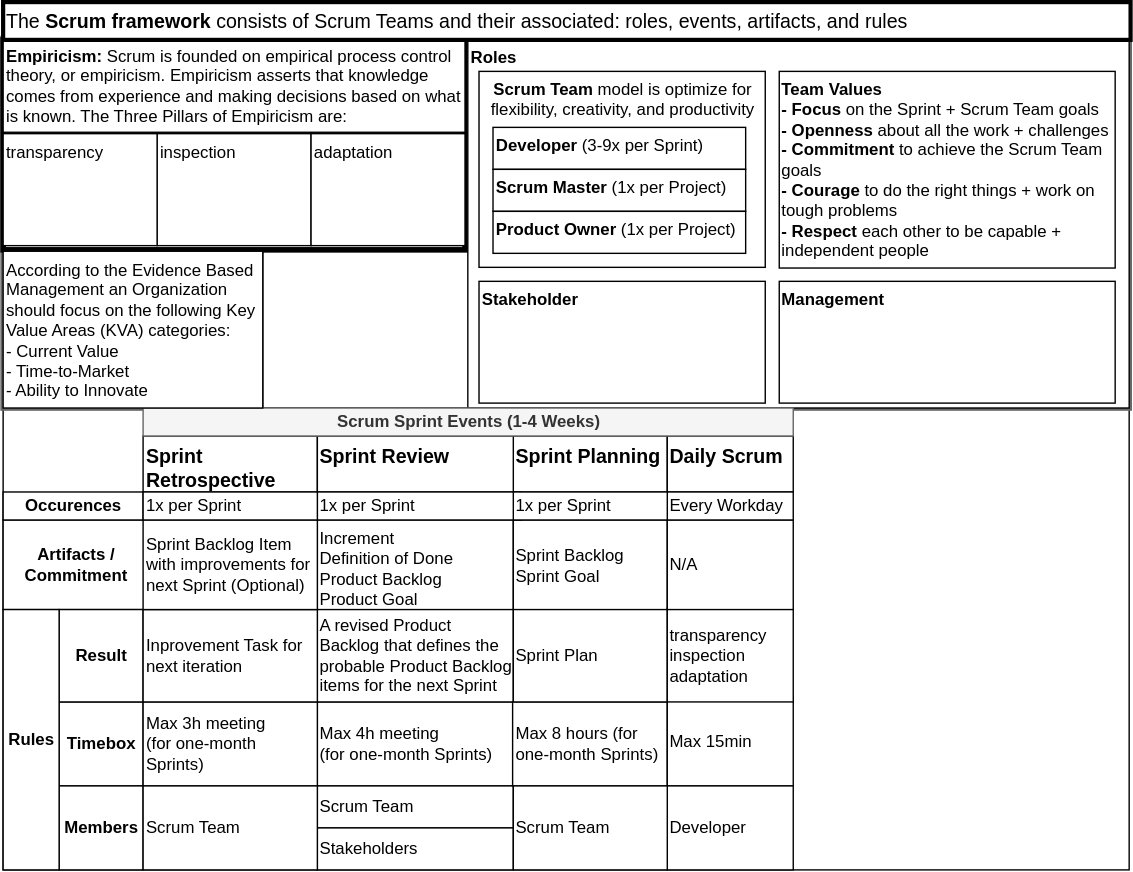
Above: docs/tech/projects/scrum.drawio.svg in FullByte/FullByte.github.io (draw.io), before the change. Source tidied: cells renumbered, new cells last; positions are measured from the earlier drawing's top-left corner, leaving out a move shared by most shapes.
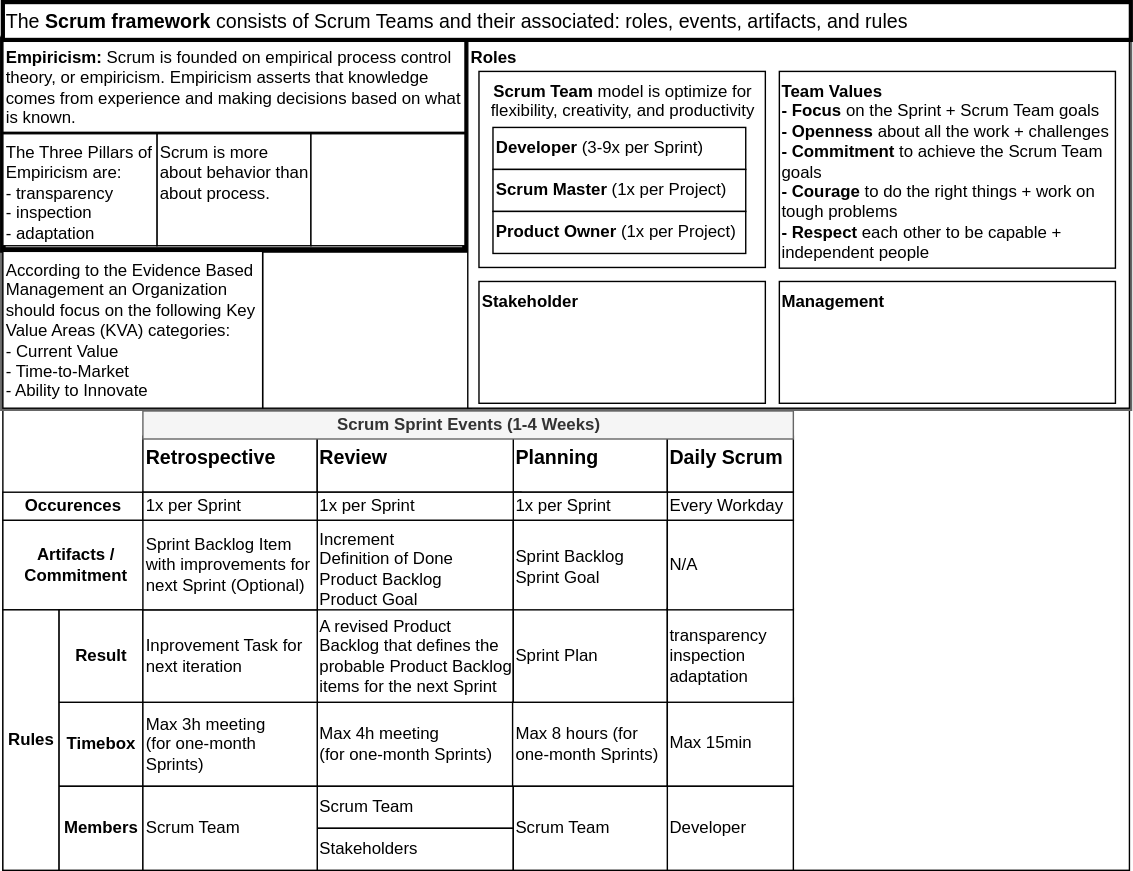
Later version of the same file.

What changed in the source:
```diff
@@ -2,7 +2,7 @@
   <root>
     <mxCell id="0" />
     <mxCell id="1" parent="0" />
-    <mxCell id="2" style="rounded=0;whiteSpace=wrap;html=1;fontSize=12;fontStyle=1;align=left;verticalAlign=top;" parent="1" vertex="1">
+    <mxCell id="2" value="&lt;font style=&quot;font-size: 17px;&quot;&gt;&amp;nbsp;&lt;/font&gt;&lt;br&gt;&lt;span style=&quot;white-space: pre; font-size: 14px;&quot;&gt;&#9;&lt;/span&gt;&amp;nbsp; &amp;nbsp; &amp;nbsp;Sprint" style="rounded=0;whiteSpace=wrap;html=1;fontSize=14;fontStyle=1;align=left;verticalAlign=top;" parent="1" vertex="1">
       <mxGeometry x="-0.5" y="290" width="804.5" height="330" as="geometry" />
     </mxCell>
     <mxCell id="3" style="rounded=0;whiteSpace=wrap;html=1;strokeWidth=4;fontSize=14;fillColor=#f5f5f5;fontColor=#333333;strokeColor=#666666;" parent="1" vertex="1">
@@ -17,13 +17,13 @@
     <mxCell id="6" value="Roles" style="rounded=0;whiteSpace=wrap;html=1;fontSize=12;verticalAlign=top;fontStyle=1;align=left;" parent="1" vertex="1">
       <mxGeometry x="331.5" y="26" width="472.5" height="264" as="geometry" />
     </mxCell>
-    <mxCell id="7" value="Sprint Retrospective" style="rounded=0;whiteSpace=wrap;html=1;fontSize=14;fontStyle=1;verticalAlign=top;align=left;" parent="1" vertex="1">
+    <mxCell id="7" value="Retrospective" style="rounded=0;whiteSpace=wrap;html=1;fontSize=14;fontStyle=1;verticalAlign=top;align=left;" parent="1" vertex="1">
       <mxGeometry x="99.5" y="310" width="124.5" height="40" as="geometry" />
     </mxCell>
-    <mxCell id="8" value="Sprint Planning" style="rounded=0;whiteSpace=wrap;html=1;fontSize=14;verticalAlign=top;fontStyle=1;align=left;" parent="1" vertex="1">
+    <mxCell id="8" value="Planning" style="rounded=0;whiteSpace=wrap;html=1;fontSize=14;verticalAlign=top;fontStyle=1;align=left;" parent="1" vertex="1">
       <mxGeometry x="364" y="310" width="110" height="40" as="geometry" />
     </mxCell>
-    <mxCell id="9" value="Sprint Review" style="rounded=0;whiteSpace=wrap;html=1;fontSize=14;fontStyle=1;verticalAlign=top;align=left;" parent="1" vertex="1">
+    <mxCell id="9" value="Review" style="rounded=0;whiteSpace=wrap;html=1;fontSize=14;fontStyle=1;verticalAlign=top;align=left;" parent="1" vertex="1">
       <mxGeometry x="224" y="310" width="140" height="40" as="geometry" />
     </mxCell>
     <mxCell id="10" value="Daily Scrum" style="rounded=0;whiteSpace=wrap;html=1;fontSize=14;verticalAlign=top;fontStyle=1;align=left;" parent="1" vertex="1">
@@ -87,21 +87,21 @@
       <mxGeometry x="474" y="497" width="90" height="63" as="geometry" />
     </mxCell>
     <mxCell id="30" value="Scrum Sprint Events (1-4 Weeks)" style="rounded=0;whiteSpace=wrap;html=1;fontStyle=1;fillColor=#f5f5f5;fontColor=#333333;strokeColor=#666666;" parent="1" vertex="1">
-      <mxGeometry x="99.5" y="290" width="464.5" height="20" as="geometry" />
+      <mxGeometry x="99.5" y="292" width="464.5" height="20" as="geometry" />
     </mxCell>
     <mxCell id="31" value="Rules" style="rounded=0;whiteSpace=wrap;html=1;fontSize=12;fontStyle=1;" parent="1" vertex="1">
       <mxGeometry x="-0.5" y="434" width="40" height="186" as="geometry" />
     </mxCell>
-    <mxCell id="32" value="&lt;b&gt;Empiricism:&amp;nbsp;&lt;/b&gt;Scrum is founded on empirical process control theory, or empiricism. Empiricism asserts that knowledge comes from experience and making decisions based on what is known. The Three Pillars of Empiricism are:" style="rounded=0;whiteSpace=wrap;html=1;align=left;" parent="1" vertex="1">
+    <mxCell id="32" value="&lt;b&gt;Empiricism:&amp;nbsp;&lt;/b&gt;Scrum is founded on empirical process control theory, or empiricism. Empiricism asserts that knowledge comes from experience and making decisions based on what is known." style="rounded=0;whiteSpace=wrap;html=1;align=left;" parent="1" vertex="1">
       <mxGeometry x="-0.5" y="28" width="330" height="65" as="geometry" />
     </mxCell>
-    <mxCell id="33" value="&lt;span style=&quot;&quot;&gt;inspection&lt;/span&gt;" style="rounded=0;whiteSpace=wrap;html=1;verticalAlign=top;align=left;" parent="1" vertex="1">
+    <mxCell id="33" value="Scrum is more about behavior than about process." style="rounded=0;whiteSpace=wrap;html=1;verticalAlign=top;align=left;" parent="1" vertex="1">
       <mxGeometry x="109.5" y="94" width="110" height="80" as="geometry" />
     </mxCell>
-    <mxCell id="34" value="&lt;span style=&quot;&quot;&gt;transparency&lt;/span&gt;" style="rounded=0;whiteSpace=wrap;html=1;verticalAlign=top;align=left;" parent="1" vertex="1">
+    <mxCell id="34" value="The Three Pillars of Empiricism are:&lt;br&gt;&lt;span style=&quot;&quot;&gt;- transparency&lt;br&gt;&lt;/span&gt;- inspection&lt;br&gt;- adaptation&lt;span style=&quot;&quot;&gt;&lt;br&gt;&lt;/span&gt;" style="rounded=0;whiteSpace=wrap;html=1;verticalAlign=top;align=left;" parent="1" vertex="1">
       <mxGeometry x="-0.5" y="94" width="110" height="80" as="geometry" />
     </mxCell>
-    <mxCell id="35" value="&lt;span style=&quot;&quot;&gt;adaptation&lt;/span&gt;" style="rounded=0;whiteSpace=wrap;html=1;verticalAlign=top;align=left;" parent="1" vertex="1">
+    <mxCell id="35" style="rounded=0;whiteSpace=wrap;html=1;verticalAlign=top;align=left;" parent="1" vertex="1">
       <mxGeometry x="219.5" y="94" width="110" height="80" as="geometry" />
     </mxCell>
     <mxCell id="36" value="Team Values&lt;br&gt;&lt;b style=&quot;border-color: var(--border-color);&quot;&gt;- Focus&amp;nbsp;&lt;/b&gt;&lt;font style=&quot;border-color: var(--border-color); font-weight: 400;&quot;&gt;on the Sprint + Scrum Team goals&amp;nbsp;&lt;br&gt;&lt;b style=&quot;border-color: var(--border-color);&quot;&gt;&lt;font style=&quot;border-color: var(--border-color);&quot;&gt;- Openness&lt;/font&gt;&lt;/b&gt;&amp;nbsp;about all the work + challenges&lt;br&gt;&lt;b style=&quot;border-color: var(--border-color);&quot;&gt;&lt;font style=&quot;border-color: var(--border-color);&quot;&gt;- Commitment&amp;nbsp;&lt;/font&gt;&lt;/b&gt;to achieve the Scrum Team goals&lt;br&gt;&lt;b style=&quot;border-color: var(--border-color);&quot;&gt;&lt;font style=&quot;border-color: var(--border-color);&quot;&gt;- Courage&amp;nbsp;&lt;/font&gt;&lt;/b&gt;to do the right things + work on tough problems&lt;br&gt;&lt;b style=&quot;border-color: var(--border-color);&quot;&gt;- Respect&amp;nbsp;&lt;/b&gt;&lt;font style=&quot;border-color: var(--border-color);&quot;&gt;each other to be capable + independent people&lt;/font&gt;&lt;br&gt;&lt;/font&gt;" style="rounded=0;whiteSpace=wrap;html=1;strokeWidth=1;fontStyle=1;rotation=0;fontSize=12;align=left;verticalAlign=top;" parent="1" vertex="1">
```
